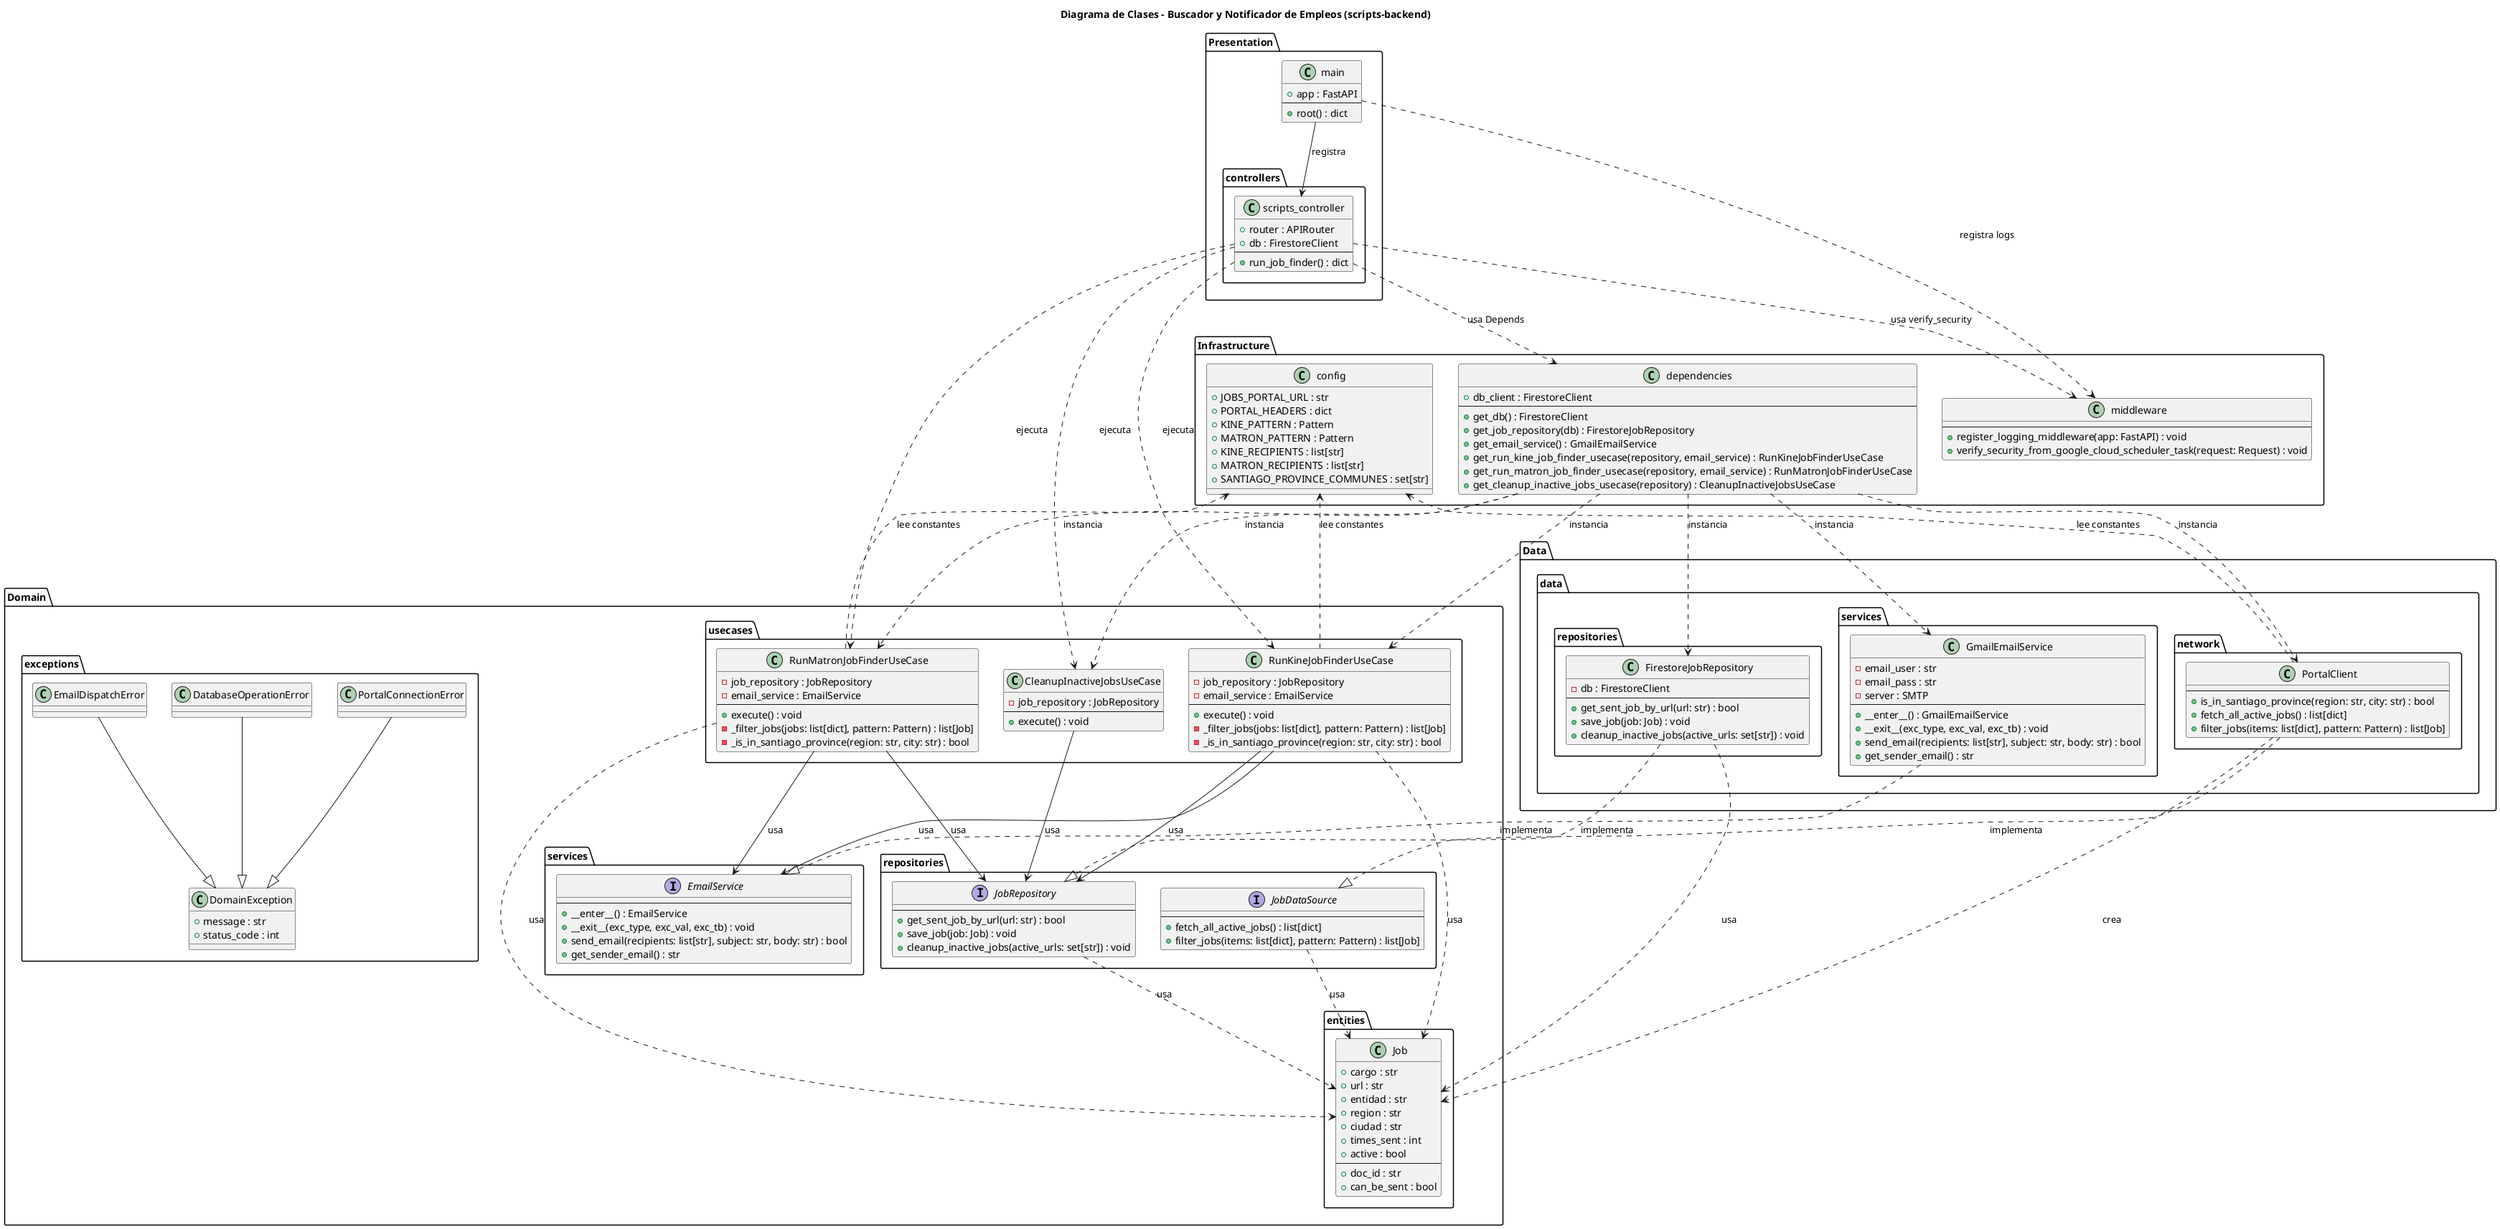
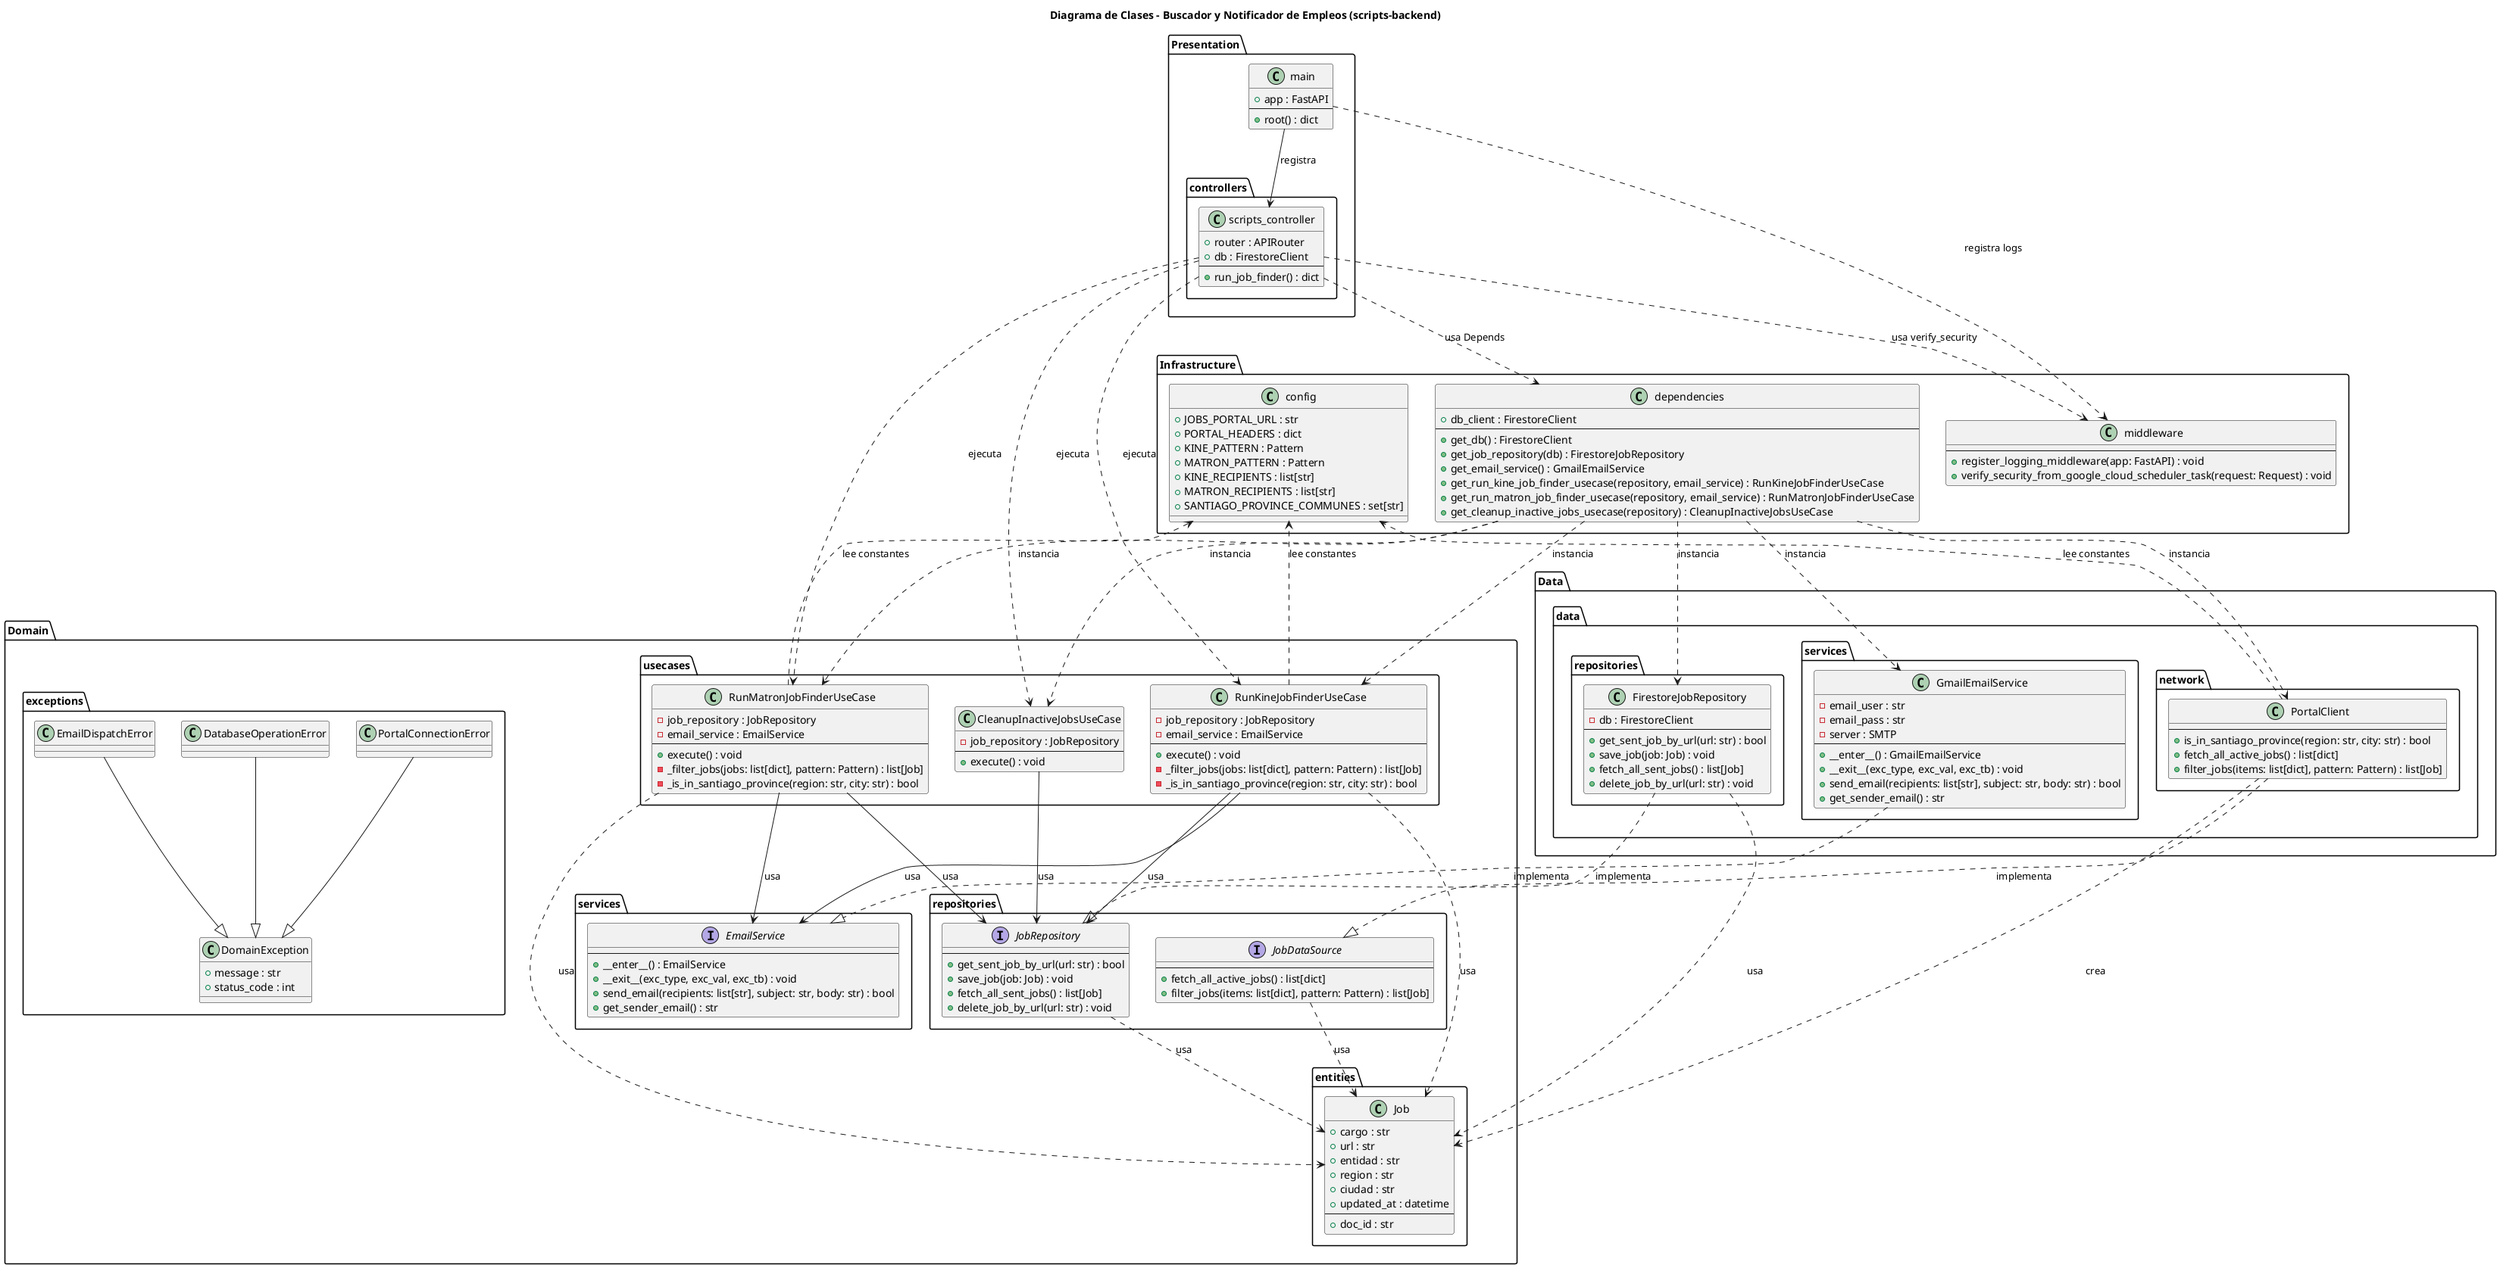
@startuml Class Diagram
title Diagrama de Clases - Buscador y Notificador de Empleos (scripts-backend)

package "Presentation" {
    class main {
        + app : FastAPI
        --
        + root() : dict
    }

    package "controllers" {
        class scripts_controller {
            + router : APIRouter
            + db : FirestoreClient
            --
            + run_job_finder() : dict
        }
    }
}

package "Domain" {
    package "entities" {
        class Job {
            + cargo : str
            + url : str
            + entidad : str
            + region : str
            + ciudad : str
-             + times_sent : int
-             + active : bool
+             + updated_at : datetime
            --
            + doc_id : str
-             + can_be_sent : bool
        }
    }

    package "usecases" {
        class RunKineJobFinderUseCase {
            - job_repository : JobRepository
            - email_service : EmailService
            --
            + execute() : void
            - _filter_jobs(jobs: list[dict], pattern: Pattern) : list[Job]
            - _is_in_santiago_province(region: str, city: str) : bool
        }

        class RunMatronJobFinderUseCase {
            - job_repository : JobRepository
            - email_service : EmailService
            --
            + execute() : void
            - _filter_jobs(jobs: list[dict], pattern: Pattern) : list[Job]
            - _is_in_santiago_province(region: str, city: str) : bool
        }

        class CleanupInactiveJobsUseCase {
            - job_repository : JobRepository
            --
            + execute() : void
        }
    }

    package "repositories" {
        interface JobRepository {
            --
            + get_sent_job_by_url(url: str) : bool
            + save_job(job: Job) : void
-             + cleanup_inactive_jobs(active_urls: set[str]) : void
+             + fetch_all_sent_jobs() : list[Job]
+             + delete_job_by_url(url: str) : void
        }

        interface JobDataSource {
            --
            + fetch_all_active_jobs() : list[dict]
            + filter_jobs(items: list[dict], pattern: Pattern) : list[Job]
        }
    }

    package "services" {
        interface EmailService {
            --
            + __enter__() : EmailService
            + __exit__(exc_type, exc_val, exc_tb) : void
            + send_email(recipients: list[str], subject: str, body: str) : bool
            + get_sender_email() : str
        }
    }

    package "exceptions" {
        class DomainException {
            + message : str
            + status_code : int
        }
        class PortalConnectionError {
        }
        class DatabaseOperationError {
        }
        class EmailDispatchError {
        }

        PortalConnectionError --|> DomainException
        DatabaseOperationError --|> DomainException
        EmailDispatchError --|> DomainException
    }
}

package "Data" {
    package "data.repositories" {
        class FirestoreJobRepository {
            - db : FirestoreClient
            --
            + get_sent_job_by_url(url: str) : bool
            + save_job(job: Job) : void
-             + cleanup_inactive_jobs(active_urls: set[str]) : void
+             + fetch_all_sent_jobs() : list[Job]
+             + delete_job_by_url(url: str) : void
        }
    }

    package "data.services" {
        class GmailEmailService {
            - email_user : str
            - email_pass : str
            - server : SMTP
            --
            + __enter__() : GmailEmailService
            + __exit__(exc_type, exc_val, exc_tb) : void
            + send_email(recipients: list[str], subject: str, body: str) : bool
            + get_sender_email() : str
        }
    }

    package "data.network" {
        class PortalClient {
            --
            + is_in_santiago_province(region: str, city: str) : bool
            + fetch_all_active_jobs() : list[dict]
            + filter_jobs(items: list[dict], pattern: Pattern) : list[Job]
        }
    }
}

package "Infrastructure" {
    class config {
        + JOBS_PORTAL_URL : str
        + PORTAL_HEADERS : dict
        + KINE_PATTERN : Pattern
        + MATRON_PATTERN : Pattern
        + KINE_RECIPIENTS : list[str]
        + MATRON_RECIPIENTS : list[str]
        + SANTIAGO_PROVINCE_COMMUNES : set[str]
    }

    class middleware {
        --
        + register_logging_middleware(app: FastAPI) : void
        + verify_security_from_google_cloud_scheduler_task(request: Request) : void
     }

     class dependencies {
         + db_client : FirestoreClient
         --
         + get_db() : FirestoreClient
         + get_job_repository(db) : FirestoreJobRepository
         + get_email_service() : GmailEmailService
         + get_run_kine_job_finder_usecase(repository, email_service) : RunKineJobFinderUseCase
         + get_run_matron_job_finder_usecase(repository, email_service) : RunMatronJobFinderUseCase
         + get_cleanup_inactive_jobs_usecase(repository) : CleanupInactiveJobsUseCase
     }
}

main --> scripts_controller : "registra"
main ..> middleware : "registra logs"
scripts_controller ..> middleware : "usa verify_security"
scripts_controller ..> RunKineJobFinderUseCase : "ejecuta"
scripts_controller ..> RunMatronJobFinderUseCase : "ejecuta"
scripts_controller ..> CleanupInactiveJobsUseCase : "ejecuta"
scripts_controller ..> dependencies : "usa Depends"

dependencies ..> FirestoreJobRepository : "instancia"
dependencies ..> GmailEmailService : "instancia"
dependencies ..> PortalClient : "instancia"
dependencies ..> RunKineJobFinderUseCase : "instancia"
dependencies ..> RunMatronJobFinderUseCase : "instancia"
dependencies ..> CleanupInactiveJobsUseCase : "instancia"

RunKineJobFinderUseCase --> JobRepository : "usa"
RunKineJobFinderUseCase --> EmailService : "usa"

RunMatronJobFinderUseCase --> JobRepository : "usa"
RunMatronJobFinderUseCase --> EmailService : "usa"

CleanupInactiveJobsUseCase --> JobRepository : "usa"

FirestoreJobRepository ..|> JobRepository : "implementa"
GmailEmailService ..|> EmailService : "implementa"
PortalClient ..|> JobDataSource : "implementa"

RunKineJobFinderUseCase ..> config : "lee constantes"
RunMatronJobFinderUseCase ..> config : "lee constantes"
PortalClient ..> config : "lee constantes"

JobRepository ..> Job : "usa"
JobDataSource ..> Job : "usa"
PortalClient ..> Job : "crea"
FirestoreJobRepository ..> Job : "usa"
RunKineJobFinderUseCase ..> Job : "usa"
RunMatronJobFinderUseCase ..> Job : "usa"

@enduml
